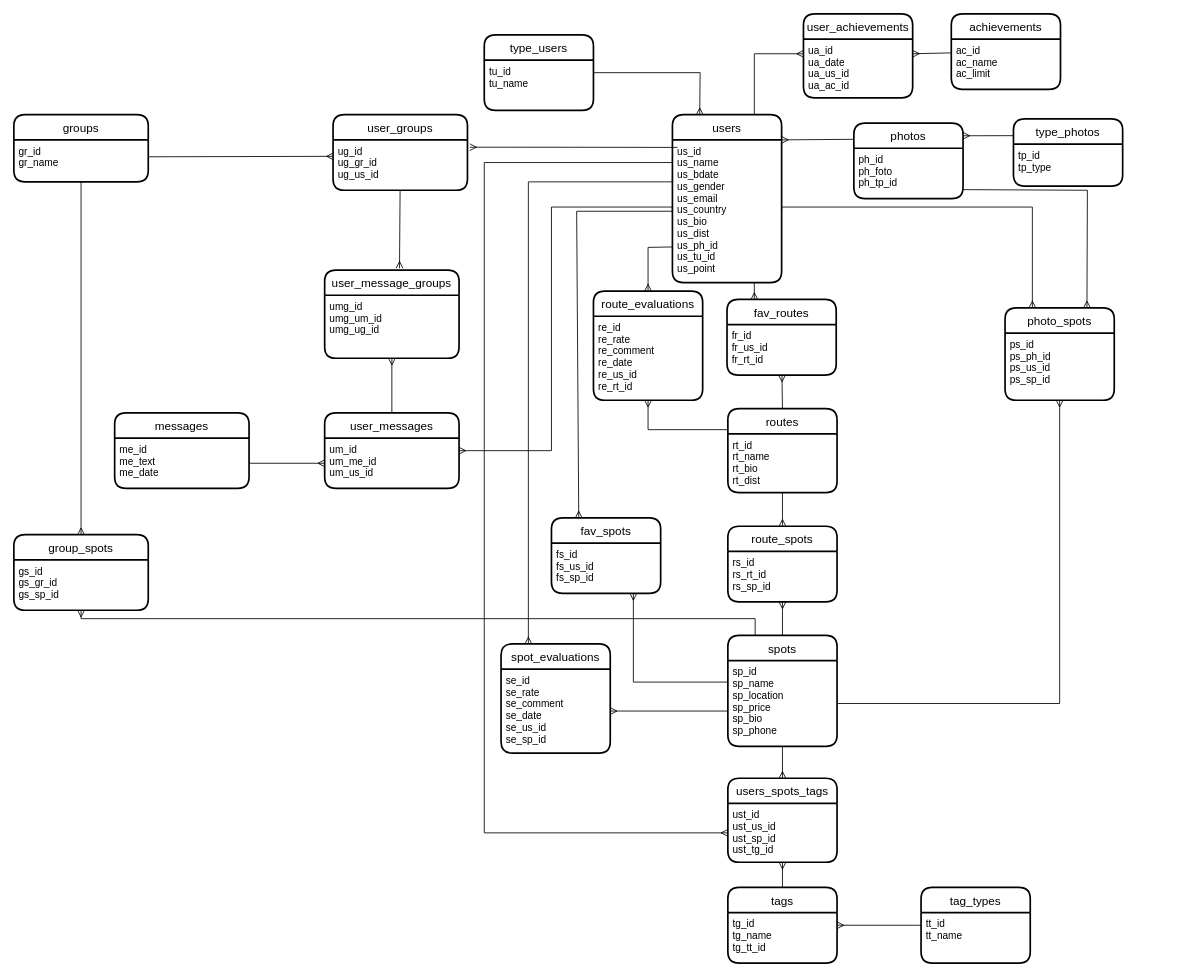
Before: Base de dados/Diagrama ER.drawio in felipesabbado/ProjetoWeb, a draw.io diagram. Source tidied: cells renumbered, new cells numbered last; positions are measured from the earlier drawing's top-left corner, leaving out a move shared by most shapes. Both pictures are drawn from the tidied source at 84%, with x=0, y=0 at pixel (13, 13).
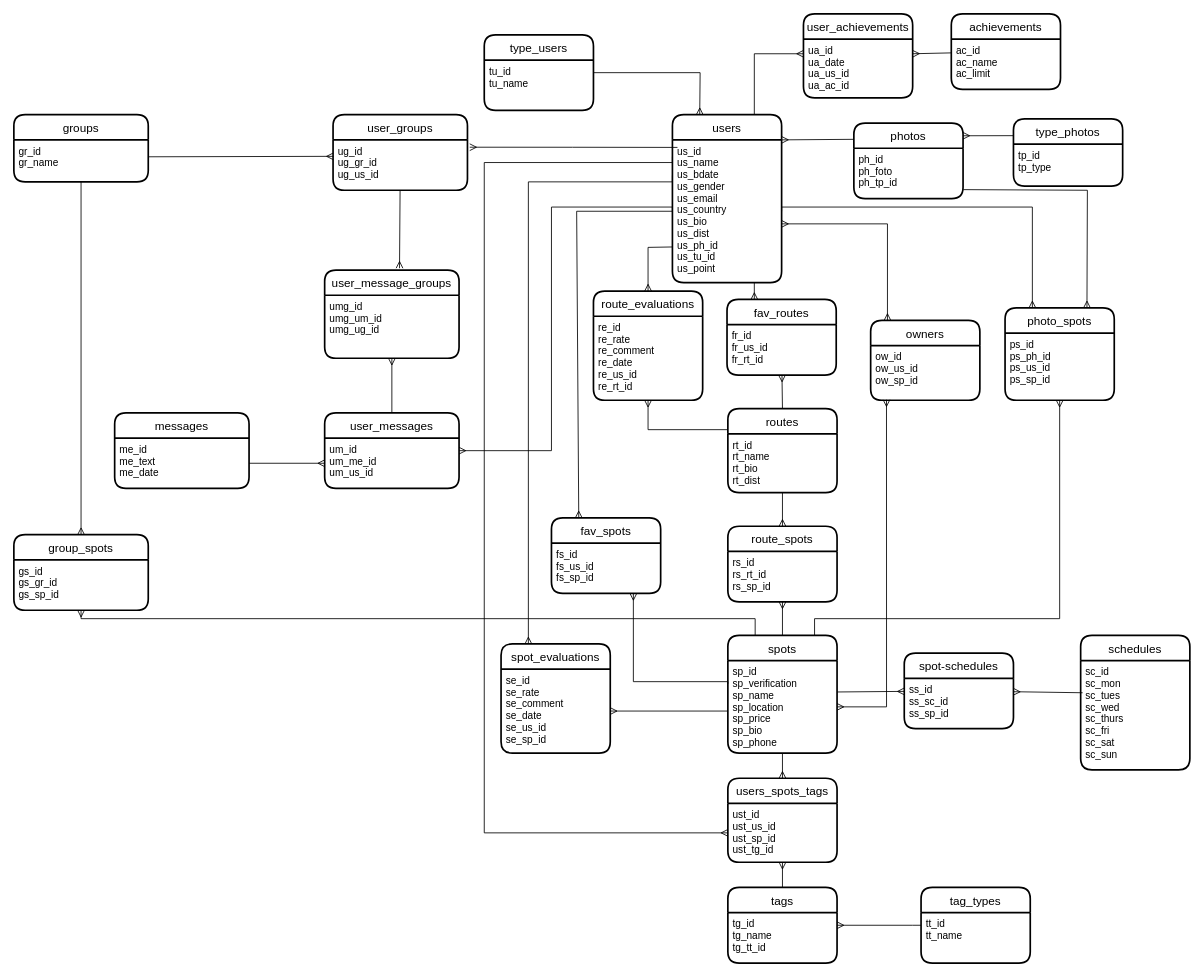
The same page after the edit.

Unchanged cells that the change refers to:
```xml
<mxCell id="9" value="users" style="swimlane;horizontal=1;startSize=30;rounded=1;fontSize=14;fontStyle=0;strokeWidth=2;shadow=0;dashed=0;align=center;" parent="1" vertex="1">
  <mxGeometry x="784" y="120" width="130" height="200" as="geometry" />
</mxCell>
<mxCell id="54" value="ps_id&#10;ps_ph_id&#10;ps_us_id&#10;ps_sp_id" style="align=left;strokeColor=none;fillColor=none;spacingLeft=4;fontSize=12;verticalAlign=top;" parent="53" vertex="1">
  <mxGeometry y="30" width="130" height="80" as="geometry" />
</mxCell>
```

What changed in the source:
```diff
@@
+    <mxCell id="78" style="edgeStyle=orthogonalEdgeStyle;rounded=0;jettySize=auto;html=1;startArrow=ERmany;startFill=0;endArrow=ERmany;endFill=0;" parent="1" edge="1" source="9" target="85">
+      <mxGeometry relative="1" as="geometry">
+        <Array as="points">
+          <mxPoint x="1040" y="250" />
+        </Array>
+      </mxGeometry>
+    </mxCell>
@@
+    <mxCell id="79" style="rounded=0;jettySize=auto;html=1;endArrow=ERmany;endFill=0;exitX=1.001;exitY=0.339;exitDx=0;exitDy=0;exitPerimeter=0;" parent="1" edge="1" source="21" target="81">
+      <mxGeometry relative="1" as="geometry" />
+    </mxCell>
     <mxCell id="20" value="spots" style="swimlane;horizontal=1;startSize=30;rounded=1;fontSize=14;fontStyle=0;strokeWidth=2;shadow=0;dashed=0;align=center;" parent="1" vertex="1">
-      <mxGeometry x="850" y="740" width="130" height="132" as="geometry" />
+      <mxGeometry x="850" y="740" width="130" height="140" as="geometry" />
     </mxCell>
-    <mxCell id="21" value="sp_id&#10;sp_name&#10;sp_location&#10;sp_price&#10;sp_bio&#10;sp_phone" style="align=left;strokeColor=none;fillColor=none;spacingLeft=4;fontSize=12;verticalAlign=top;" parent="20" vertex="1">
-      <mxGeometry y="30" width="130" height="102" as="geometry" />
+    <mxCell id="21" value="sp_id&#10;sp_verification&#10;sp_name&#10;sp_location&#10;sp_price&#10;sp_bio&#10;sp_phone" style="align=left;strokeColor=none;fillColor=none;spacingLeft=4;fontSize=12;verticalAlign=top;" parent="20" vertex="1">
+      <mxGeometry y="30" width="130" height="110" as="geometry" />
     </mxCell>
@@
-    <mxCell id="56" style="edgeStyle=orthogonalEdgeStyle;rounded=0;jettySize=auto;html=1;entryX=1;entryY=0.5;entryDx=0;entryDy=0;startArrow=ERmany;startFill=0;endArrow=none;endFill=0;exitX=0.5;exitY=1;exitDx=0;exitDy=0;" parent="1" edge="1" source="54" target="21">
+    <mxCell id="56" style="edgeStyle=orthogonalEdgeStyle;rounded=0;jettySize=auto;html=1;entryX=0.794;entryY=-0.002;entryDx=0;entryDy=0;startArrow=ERmany;startFill=0;endArrow=none;endFill=0;exitX=0.5;exitY=1;exitDx=0;exitDy=0;entryPerimeter=0;" parent="1" edge="1" source="54" target="20">
       <mxGeometry relative="1" as="geometry">
         <Array as="points">
-          <mxPoint x="1245" y="821" />
+          <mxPoint x="1245" y="720" />
+          <mxPoint x="953" y="720" />
+          <mxPoint x="953" y="740" />
         </Array>
       </mxGeometry>
     </mxCell>
@@
+    <mxCell id="80" style="rounded=0;jettySize=auto;html=1;startArrow=ERmany;startFill=0;endArrow=none;endFill=0;entryX=0.018;entryY=0.294;entryDx=0;entryDy=0;entryPerimeter=0;" parent="1" edge="1" source="81" target="84">
+      <mxGeometry relative="1" as="geometry" />
+    </mxCell>
+    <mxCell id="81" value="spot-schedules" style="swimlane;horizontal=1;startSize=30;rounded=1;fontSize=14;fontStyle=0;strokeWidth=2;shadow=0;dashed=0;align=center;" parent="1" vertex="1">
+      <mxGeometry x="1060" y="761" width="130" height="90" as="geometry" />
+    </mxCell>
+    <mxCell id="82" value="ss_id&#10;ss_sc_id&#10;ss_sp_id" style="align=left;strokeColor=none;fillColor=none;spacingLeft=4;fontSize=12;verticalAlign=top;" parent="81" vertex="1">
+      <mxGeometry y="30" width="130" height="60" as="geometry" />
+    </mxCell>
+    <mxCell id="83" value="schedules" style="swimlane;horizontal=1;startSize=30;rounded=1;fontSize=14;fontStyle=0;strokeWidth=2;shadow=0;dashed=0;align=center;" parent="1" vertex="1">
+      <mxGeometry x="1270" y="740" width="130" height="160" as="geometry" />
+    </mxCell>
+    <mxCell id="84" value="sc_id&#10;sc_mon&#10;sc_tues&#10;sc_wed&#10;sc_thurs&#10;sc_fri&#10;sc_sat&#10;sc_sun" style="align=left;strokeColor=none;fillColor=none;spacingLeft=4;fontSize=12;verticalAlign=top;" parent="83" vertex="1">
+      <mxGeometry y="30" width="130" height="130" as="geometry" />
+    </mxCell>
+    <mxCell id="85" value="owners" style="swimlane;horizontal=1;startSize=30;rounded=1;fontSize=14;fontStyle=0;strokeWidth=2;shadow=0;dashed=0;align=center;" parent="1" vertex="1">
+      <mxGeometry x="1020" y="365" width="130" height="95" as="geometry" />
+    </mxCell>
+    <mxCell id="86" value="ow_id&#10;ow_us_id&#10;ow_sp_id" style="align=left;strokeColor=none;fillColor=none;spacingLeft=4;fontSize=12;verticalAlign=top;" parent="85" vertex="1">
+      <mxGeometry y="30" width="130" height="65" as="geometry" />
+    </mxCell>
+    <mxCell id="87" style="edgeStyle=orthogonalEdgeStyle;rounded=0;jettySize=auto;html=1;startArrow=ERmany;startFill=0;endArrow=ERmany;endFill=0;entryX=0.145;entryY=0.99;entryDx=0;entryDy=0;entryPerimeter=0;" parent="1" edge="1" source="21" target="86">
+      <mxGeometry relative="1" as="geometry" />
+    </mxCell>
```
